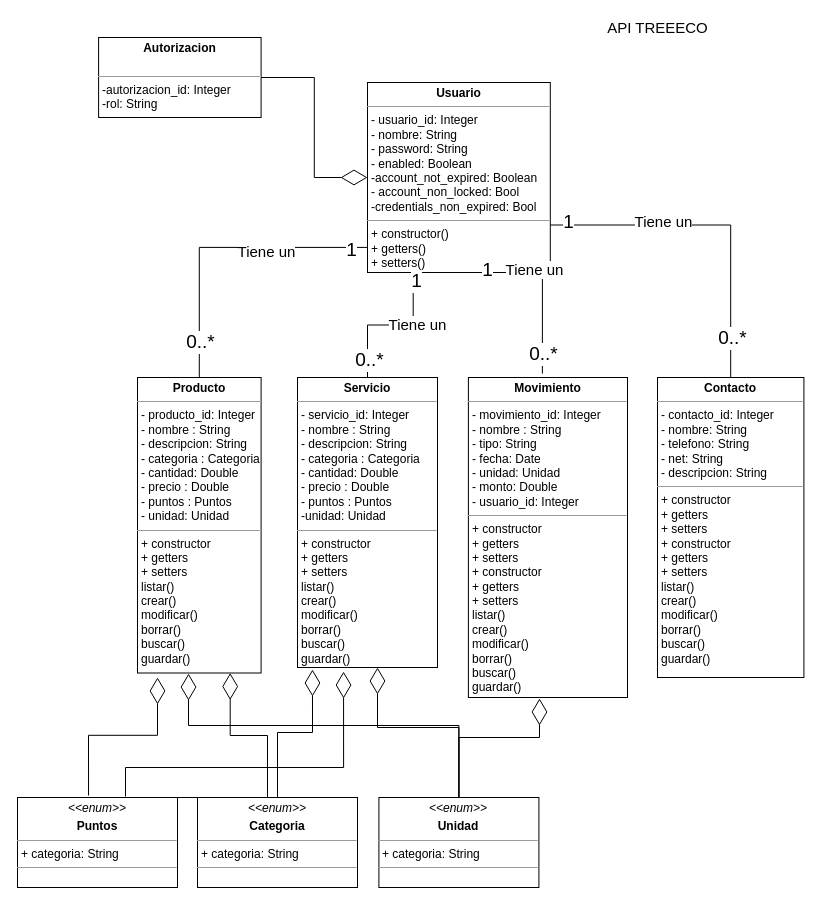
Before: page "DETALLE" (2 of 3) of UML TREEECO.drawio in JazminFeliu/APITreeeco, a draw.io diagram. Source tidied: cells renumbered, new cells numbered last; positions are measured from the earlier drawing's top-left corner, leaving out a move shared by most shapes. Both pictures are drawn from the tidied source at 100%, with x=0, y=0 at pixel (17, 17).
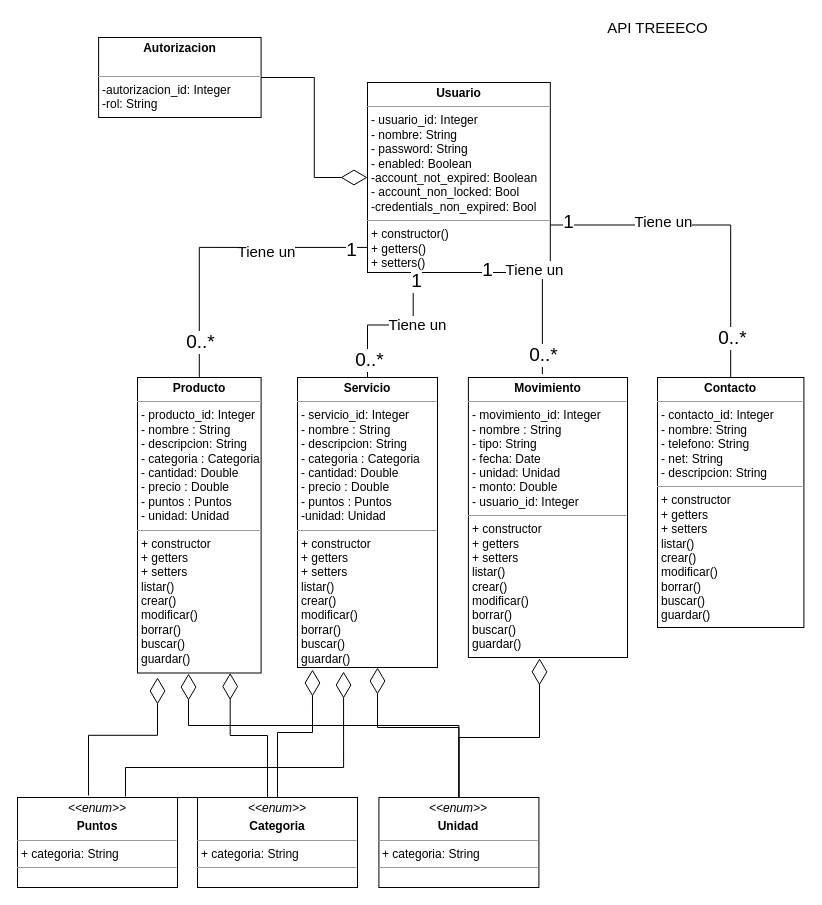
After the change.

Commit message:
Corrijo metodos UML TREEECO.drawio

Change to the diagram source:
```diff
@@
-    <mxCell id="6" value="&lt;p style=&quot;margin: 0px ; margin-top: 4px ; text-align: center&quot;&gt;&lt;b&gt;Movimiento&lt;/b&gt;&lt;/p&gt;&lt;hr size=&quot;1&quot;&gt;&lt;p style=&quot;margin: 0px ; margin-left: 4px&quot;&gt;- movimiento_id: Integer&lt;/p&gt;&lt;p style=&quot;margin: 0px ; margin-left: 4px&quot;&gt;- nombre : String&lt;/p&gt;&lt;p style=&quot;margin: 0px ; margin-left: 4px&quot;&gt;- tipo: String&lt;br&gt;&lt;/p&gt;&lt;p style=&quot;margin: 0px ; margin-left: 4px&quot;&gt;- fecha: Date&lt;/p&gt;&lt;p style=&quot;margin: 0px ; margin-left: 4px&quot;&gt;- unidad: Unidad&lt;/p&gt;&lt;p style=&quot;margin: 0px ; margin-left: 4px&quot;&gt;- monto: Double&lt;/p&gt;&lt;p style=&quot;margin: 0px ; margin-left: 4px&quot;&gt;- usuario_id: Integer&lt;/p&gt;&lt;hr size=&quot;1&quot;&gt;&lt;p style=&quot;margin: 0px ; margin-left: 4px&quot;&gt;+ constructor&amp;nbsp;&lt;/p&gt;&lt;p style=&quot;margin: 0px ; margin-left: 4px&quot;&gt;+ getters&lt;/p&gt;&lt;p style=&quot;margin: 0px ; margin-left: 4px&quot;&gt;+ setters&lt;/p&gt;&lt;p style=&quot;margin: 0px 0px 0px 4px&quot;&gt;+ constructor&amp;nbsp;&lt;/p&gt;&lt;p style=&quot;margin: 0px 0px 0px 4px&quot;&gt;+ getters&lt;/p&gt;&lt;p style=&quot;margin: 0px 0px 0px 4px&quot;&gt;+ setters&lt;/p&gt;&lt;p style=&quot;margin: 0px 0px 0px 4px&quot;&gt;listar()&lt;br&gt;&lt;/p&gt;&lt;p style=&quot;margin: 0px 0px 0px 4px&quot;&gt;crear()&lt;/p&gt;&lt;p style=&quot;margin: 0px 0px 0px 4px&quot;&gt;modificar()&lt;/p&gt;&lt;p style=&quot;margin: 0px 0px 0px 4px&quot;&gt;borrar()&lt;/p&gt;&lt;p style=&quot;margin: 0px 0px 0px 4px&quot;&gt;buscar()&lt;/p&gt;&lt;p style=&quot;margin: 0px 0px 0px 4px&quot;&gt;guardar()&lt;/p&gt;" style="verticalAlign=top;align=left;overflow=fill;fontSize=12;fontFamily=Helvetica;html=1;" parent="1" vertex="1">
-      <mxGeometry x="450.9" y="360" width="159.1" height="320" as="geometry" />
+    <mxCell id="6" value="&lt;p style=&quot;margin: 0px ; margin-top: 4px ; text-align: center&quot;&gt;&lt;b&gt;Movimiento&lt;/b&gt;&lt;/p&gt;&lt;hr size=&quot;1&quot;&gt;&lt;p style=&quot;margin: 0px ; margin-left: 4px&quot;&gt;- movimiento_id: Integer&lt;/p&gt;&lt;p style=&quot;margin: 0px ; margin-left: 4px&quot;&gt;- nombre : String&lt;/p&gt;&lt;p style=&quot;margin: 0px ; margin-left: 4px&quot;&gt;- tipo: String&lt;br&gt;&lt;/p&gt;&lt;p style=&quot;margin: 0px ; margin-left: 4px&quot;&gt;- fecha: Date&lt;/p&gt;&lt;p style=&quot;margin: 0px ; margin-left: 4px&quot;&gt;- unidad: Unidad&lt;/p&gt;&lt;p style=&quot;margin: 0px ; margin-left: 4px&quot;&gt;- monto: Double&lt;/p&gt;&lt;p style=&quot;margin: 0px ; margin-left: 4px&quot;&gt;- usuario_id: Integer&lt;/p&gt;&lt;hr size=&quot;1&quot;&gt;&lt;p style=&quot;margin: 0px ; margin-left: 4px&quot;&gt;+ constructor&amp;nbsp;&lt;/p&gt;&lt;p style=&quot;margin: 0px ; margin-left: 4px&quot;&gt;+ getters&lt;/p&gt;&lt;p style=&quot;margin: 0px ; margin-left: 4px&quot;&gt;+ setters&lt;/p&gt;&lt;p style=&quot;margin: 0px 0px 0px 4px&quot;&gt;&lt;span&gt;listar()&lt;/span&gt;&lt;br&gt;&lt;/p&gt;&lt;p style=&quot;margin: 0px 0px 0px 4px&quot;&gt;crear()&lt;/p&gt;&lt;p style=&quot;margin: 0px 0px 0px 4px&quot;&gt;modificar()&lt;/p&gt;&lt;p style=&quot;margin: 0px 0px 0px 4px&quot;&gt;borrar()&lt;/p&gt;&lt;p style=&quot;margin: 0px 0px 0px 4px&quot;&gt;buscar()&lt;/p&gt;&lt;p style=&quot;margin: 0px 0px 0px 4px&quot;&gt;guardar()&lt;/p&gt;" style="verticalAlign=top;align=left;overflow=fill;fontSize=12;fontFamily=Helvetica;html=1;" parent="1" vertex="1">
+      <mxGeometry x="450.9" y="360" width="159.1" height="280" as="geometry" />
     </mxCell>
-    <mxCell id="7" value="&lt;p style=&quot;margin: 0px ; margin-top: 4px ; text-align: center&quot;&gt;&lt;b&gt;Contacto&lt;/b&gt;&lt;/p&gt;&lt;hr size=&quot;1&quot;&gt;&lt;p style=&quot;margin: 0px ; margin-left: 4px&quot;&gt;- contacto_id: Integer&lt;/p&gt;&lt;p style=&quot;margin: 0px ; margin-left: 4px&quot;&gt;- nombre: String&lt;/p&gt;&lt;p style=&quot;margin: 0px ; margin-left: 4px&quot;&gt;- telefono: String&lt;/p&gt;&lt;p style=&quot;margin: 0px ; margin-left: 4px&quot;&gt;- net: String&lt;/p&gt;&lt;p style=&quot;margin: 0px ; margin-left: 4px&quot;&gt;- descripcion: String&lt;/p&gt;&lt;hr size=&quot;1&quot;&gt;&lt;p style=&quot;margin: 0px ; margin-left: 4px&quot;&gt;+ constructor&amp;nbsp;&lt;/p&gt;&lt;p style=&quot;margin: 0px ; margin-left: 4px&quot;&gt;+ getters&lt;/p&gt;&lt;p style=&quot;margin: 0px ; margin-left: 4px&quot;&gt;+ setters&lt;/p&gt;&lt;p style=&quot;margin: 0px 0px 0px 4px&quot;&gt;+ constructor&amp;nbsp;&lt;/p&gt;&lt;p style=&quot;margin: 0px 0px 0px 4px&quot;&gt;+ getters&lt;/p&gt;&lt;p style=&quot;margin: 0px 0px 0px 4px&quot;&gt;+ setters&lt;/p&gt;&lt;p style=&quot;margin: 0px 0px 0px 4px&quot;&gt;listar()&lt;br&gt;&lt;/p&gt;&lt;p style=&quot;margin: 0px 0px 0px 4px&quot;&gt;crear()&lt;/p&gt;&lt;p style=&quot;margin: 0px 0px 0px 4px&quot;&gt;modificar()&lt;/p&gt;&lt;p style=&quot;margin: 0px 0px 0px 4px&quot;&gt;borrar()&lt;/p&gt;&lt;p style=&quot;margin: 0px 0px 0px 4px&quot;&gt;buscar()&lt;/p&gt;&lt;p style=&quot;margin: 0px 0px 0px 4px&quot;&gt;guardar()&lt;/p&gt;&lt;p style=&quot;margin: 0px ; margin-left: 4px&quot;&gt;&lt;br&gt;&lt;/p&gt;" style="verticalAlign=top;align=left;overflow=fill;fontSize=12;fontFamily=Helvetica;html=1;" parent="1" vertex="1">
-      <mxGeometry x="640" y="360" width="146.4" height="300" as="geometry" />
+    <mxCell id="7" value="&lt;p style=&quot;margin: 0px ; margin-top: 4px ; text-align: center&quot;&gt;&lt;b&gt;Contacto&lt;/b&gt;&lt;/p&gt;&lt;hr size=&quot;1&quot;&gt;&lt;p style=&quot;margin: 0px ; margin-left: 4px&quot;&gt;- contacto_id: Integer&lt;/p&gt;&lt;p style=&quot;margin: 0px ; margin-left: 4px&quot;&gt;- nombre: String&lt;/p&gt;&lt;p style=&quot;margin: 0px ; margin-left: 4px&quot;&gt;- telefono: String&lt;/p&gt;&lt;p style=&quot;margin: 0px ; margin-left: 4px&quot;&gt;- net: String&lt;/p&gt;&lt;p style=&quot;margin: 0px ; margin-left: 4px&quot;&gt;- descripcion: String&lt;/p&gt;&lt;hr size=&quot;1&quot;&gt;&lt;p style=&quot;margin: 0px ; margin-left: 4px&quot;&gt;+ constructor&amp;nbsp;&lt;/p&gt;&lt;p style=&quot;margin: 0px ; margin-left: 4px&quot;&gt;+ getters&lt;/p&gt;&lt;p style=&quot;margin: 0px ; margin-left: 4px&quot;&gt;+ setters&lt;/p&gt;&lt;p style=&quot;margin: 0px ; margin-left: 4px&quot;&gt;&lt;span&gt;listar()&lt;/span&gt;&lt;/p&gt;&lt;p style=&quot;margin: 0px 0px 0px 4px&quot;&gt;crear()&lt;/p&gt;&lt;p style=&quot;margin: 0px 0px 0px 4px&quot;&gt;modificar()&lt;/p&gt;&lt;p style=&quot;margin: 0px 0px 0px 4px&quot;&gt;borrar()&lt;/p&gt;&lt;p style=&quot;margin: 0px 0px 0px 4px&quot;&gt;buscar()&lt;/p&gt;&lt;p style=&quot;margin: 0px 0px 0px 4px&quot;&gt;guardar()&lt;/p&gt;&lt;p style=&quot;margin: 0px ; margin-left: 4px&quot;&gt;&lt;br&gt;&lt;/p&gt;" style="verticalAlign=top;align=left;overflow=fill;fontSize=12;fontFamily=Helvetica;html=1;" parent="1" vertex="1">
+      <mxGeometry x="640" y="360" width="146.4" height="250" as="geometry" />
     </mxCell>
```
